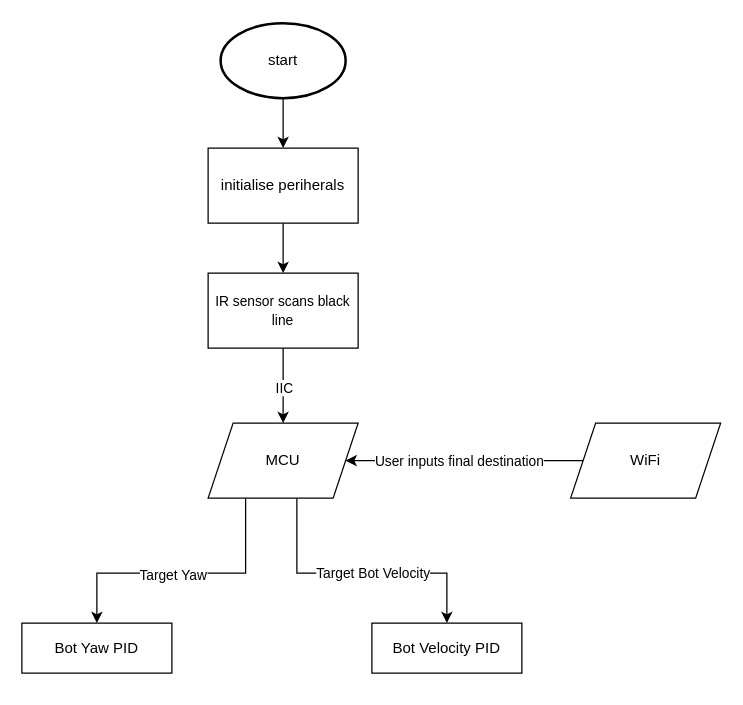
Before: docs/slave_arduino.drawio in bryanli-ucl/AIPS, a draw.io diagram. Source tidied: cells renumbered, new cells numbered last; positions are measured from the earlier drawing's top-left corner, leaving out a move shared by most shapes. Both pictures are drawn from the tidied source at 125%, with x=0, y=0 at pixel (21, 22).
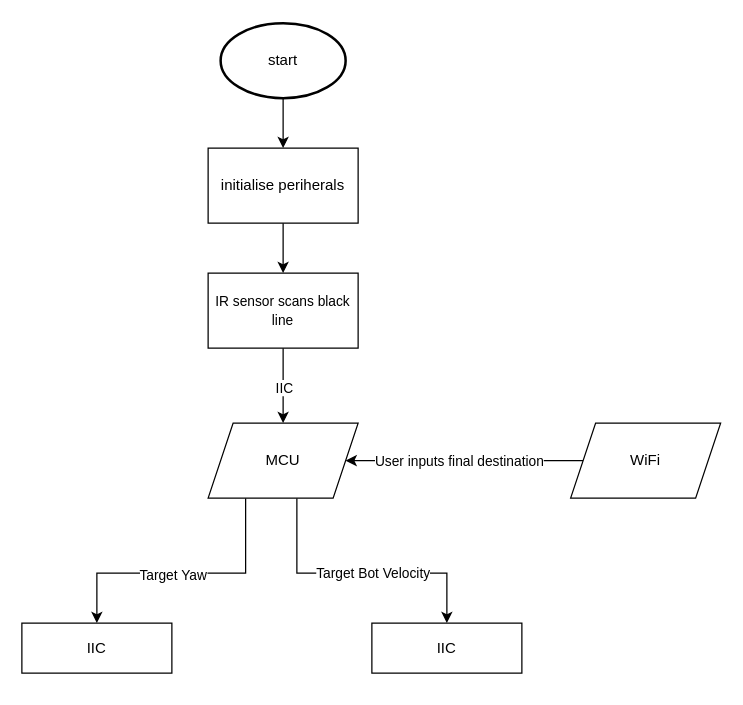
The same page after the edit.

Change to the diagram source:
```diff
@@
-    <mxCell id="17" value="Bot Yaw PID" style="rounded=0;whiteSpace=wrap;html=1;" parent="1" vertex="1">
+    <mxCell id="17" value="IIC" style="rounded=0;whiteSpace=wrap;html=1;" parent="1" vertex="1">
       <mxGeometry y="480" width="120" height="40" as="geometry" />
     </mxCell>
-    <mxCell id="18" value="Bot Velocity PID" style="rounded=0;whiteSpace=wrap;html=1;" parent="1" vertex="1">
+    <mxCell id="18" value="IIC" style="rounded=0;whiteSpace=wrap;html=1;" parent="1" vertex="1">
       <mxGeometry x="280" y="480" width="120" height="40" as="geometry" />
     </mxCell>
```
